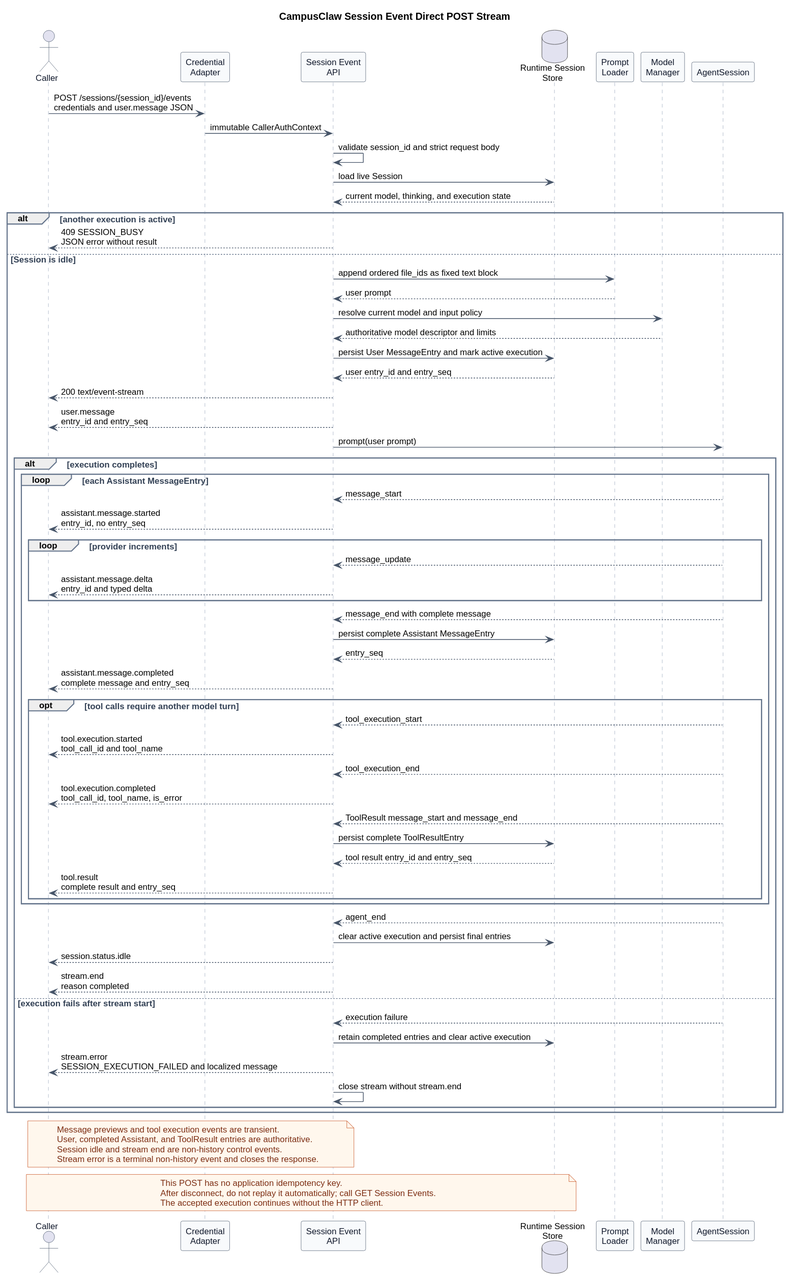
The PlantUML diagram pi-mono-java-manager-driven-multi-agent-runtime/diagrams/session-events/http_session_event_stream.svg in ssm0808/pi-mono-java-design, before a commit.
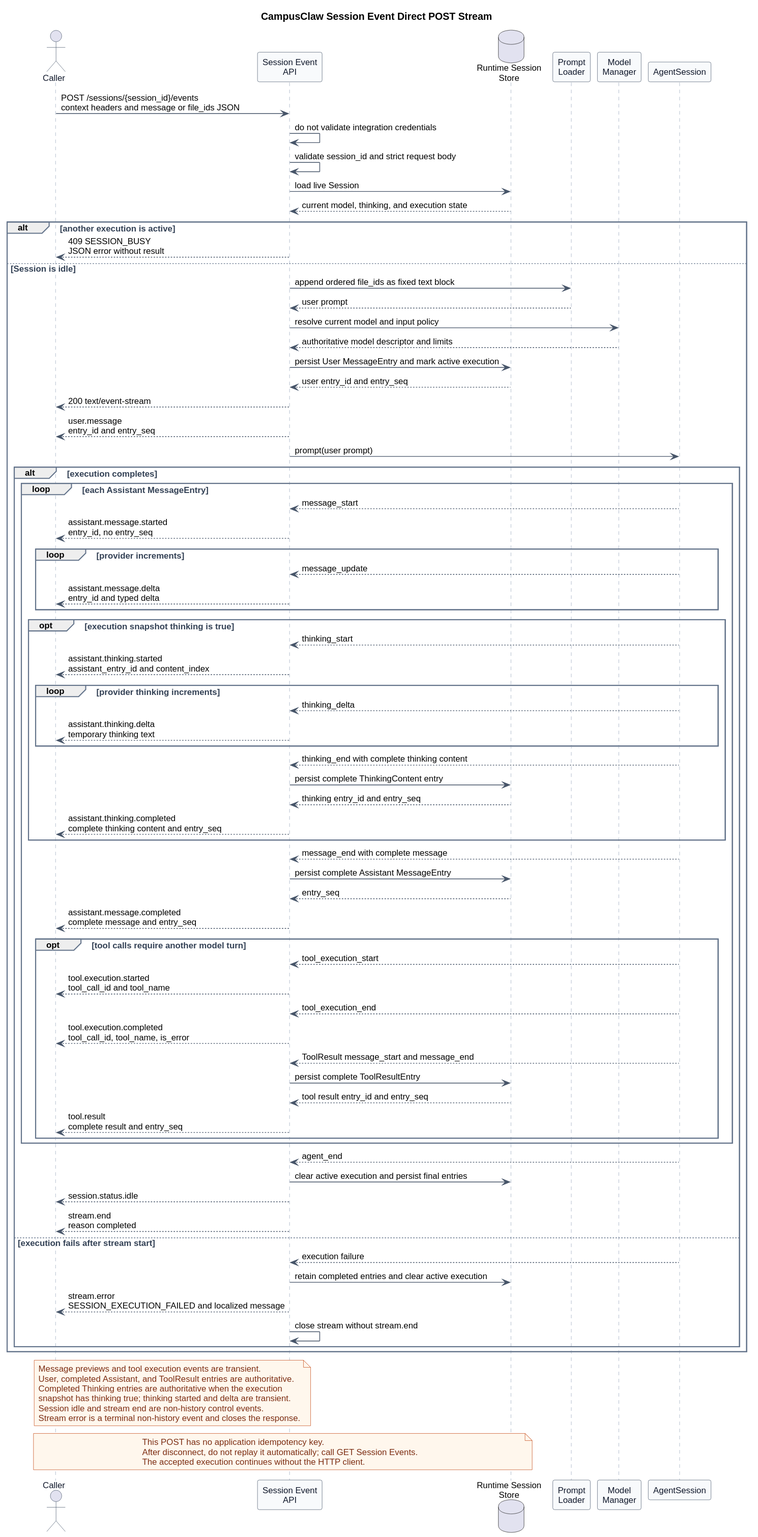
After the change.

Diff of the diagram source:
```diff
@@ -25,15 +25,14 @@
 }
 
 actor Caller
-participant "Credential\nAdapter" as Auth
 participant "Session Event\nAPI" as API
 database "Runtime Session\nStore" as Store
 participant "Prompt\nLoader" as Prompt
 participant "Model\nManager" as Manager
 participant AgentSession
 
-Caller -> Auth : POST /sessions/{session_id}/events\ncredentials and user.message JSON
-Auth -> API : immutable CallerAuthContext
+Caller -> API : POST /sessions/{session_id}/events\ncontext headers and message or file_ids JSON
+API -> API : do not validate integration credentials
 API -> API : validate session_id and strict request body
 API -> Store : load live Session
 Store --> API : current model, thinking, and execution state
@@ -58,6 +57,18 @@
       loop provider increments
         AgentSession --> API : message_update
         API --> Caller : assistant.message.delta\nentry_id and typed delta
+      end
+      opt execution snapshot thinking is true
+        AgentSession --> API : thinking_start
+        API --> Caller : assistant.thinking.started\nassistant_entry_id and content_index
+        loop provider thinking increments
+          AgentSession --> API : thinking_delta
+          API --> Caller : assistant.thinking.delta\ntemporary thinking text
+        end
+        AgentSession --> API : thinking_end with complete thinking content
+        API -> Store : persist complete ThinkingContent entry
+        Store --> API : thinking entry_id and entry_seq
+        API --> Caller : assistant.thinking.completed\ncomplete thinking content and entry_seq
       end
       AgentSession --> API : message_end with complete message
       API -> Store : persist complete Assistant MessageEntry
@@ -90,6 +101,8 @@
 note over API,Caller
 Message previews and tool execution events are transient.
 User, completed Assistant, and ToolResult entries are authoritative.
+Completed Thinking entries are authoritative when the execution
+snapshot has thinking true; thinking started and delta are transient.
 Session idle and stream end are non-history control events.
 Stream error is a terminal non-history event and closes the response.
 end note
```
